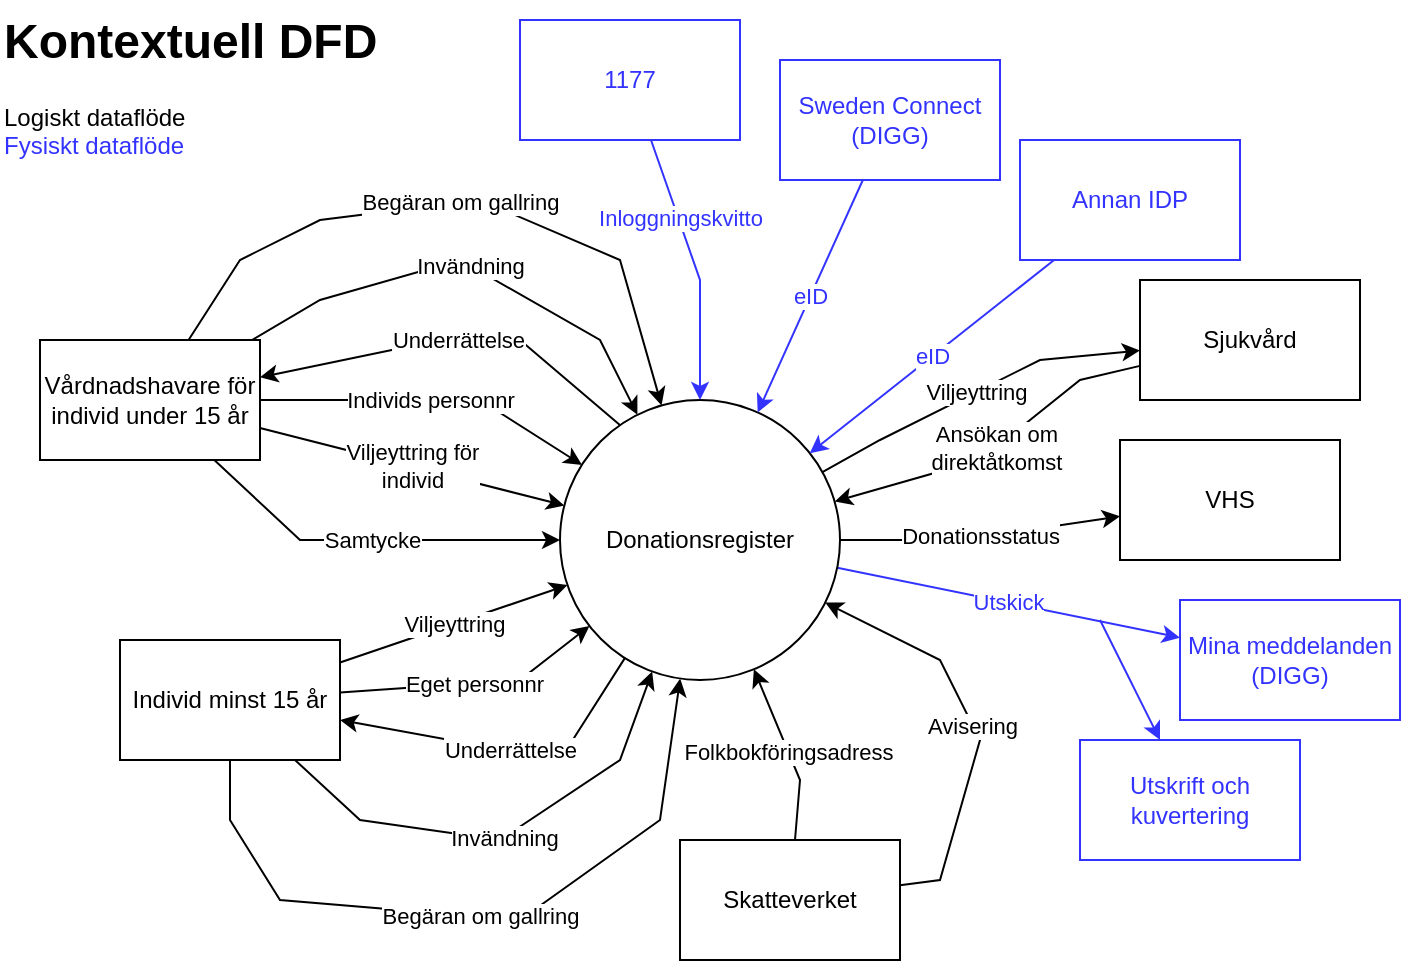
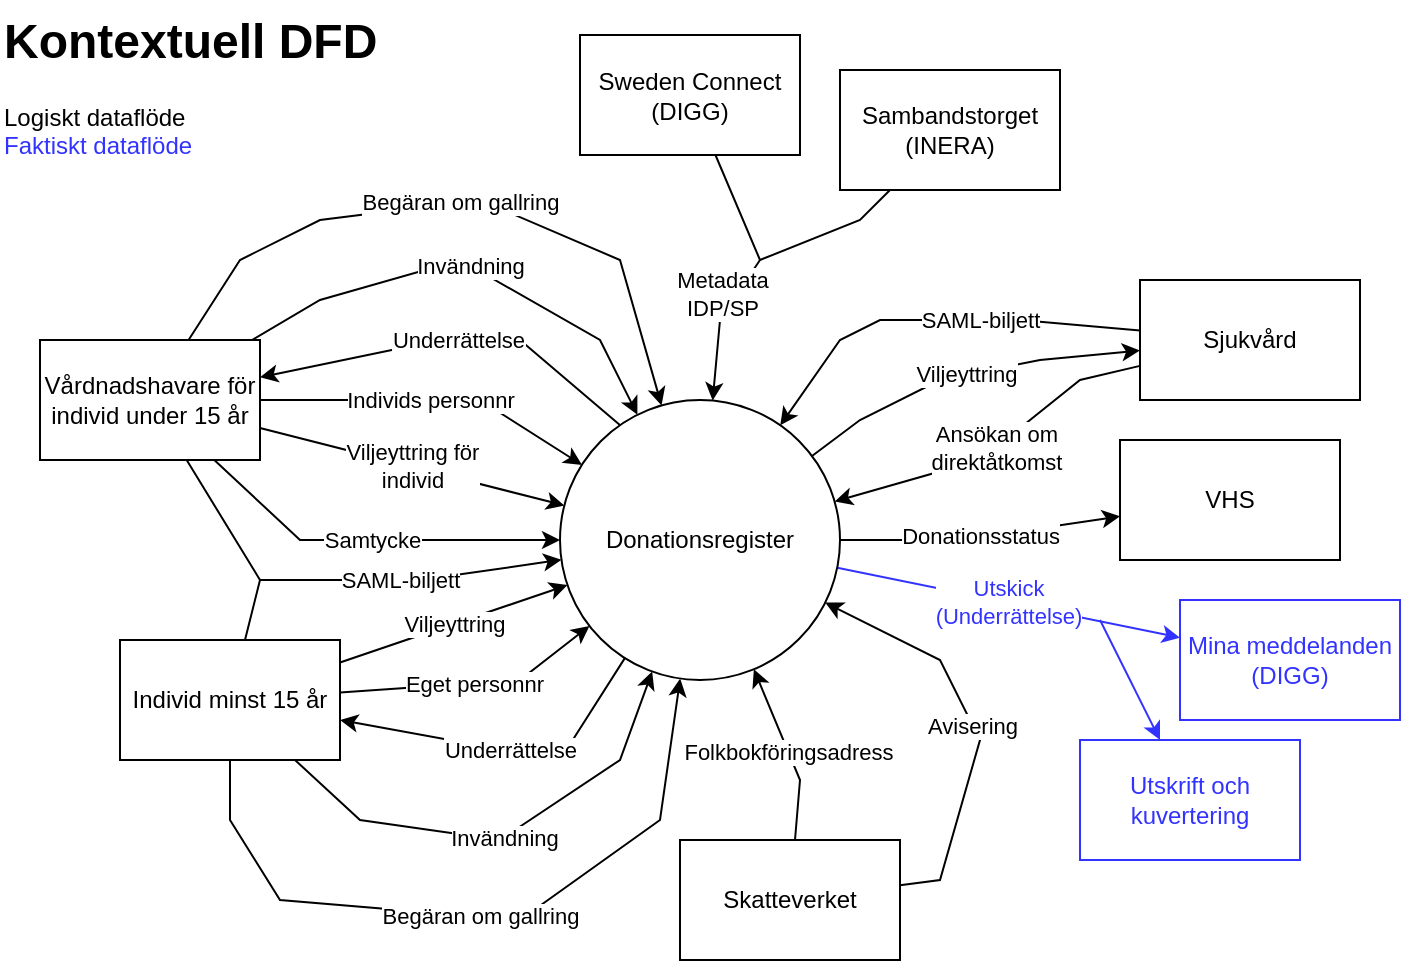
<mxfile host="app.diagrams.net">
  <diagram name="Sida-1" id="F3DC_KPKV7Cfi4B8QXFW">
-     <mxGraphModel dx="945" dy="534" grid="1" gridSize="10" guides="1" tooltips="1" connect="1" arrows="1" fold="1" page="1" pageScale="1" pageWidth="827" pageHeight="1169" math="0" shadow="0">
+     <mxGraphModel dx="1130" dy="670" grid="1" gridSize="10" guides="1" tooltips="1" connect="1" arrows="1" fold="1" page="1" pageScale="1" pageWidth="827" pageHeight="1169" math="0" shadow="0">
      <root>
        <mxCell id="0" />
        <mxCell id="1" parent="0" />
        <mxCell id="8-SjN_EHFgN-SorVCnXN-8" edge="1" parent="1" source="8-SjN_EHFgN-SorVCnXN-1" style="edgeStyle=none;shape=connector;rounded=0;orthogonalLoop=1;jettySize=auto;html=1;strokeColor=default;align=center;verticalAlign=middle;fontFamily=Helvetica;fontSize=11;fontColor=default;labelBackgroundColor=default;endArrow=classic;exitX=0.238;exitY=0.11;exitDx=0;exitDy=0;exitPerimeter=0;" target="8-SjN_EHFgN-SorVCnXN-2" value="Underrättelse">
          <mxGeometry relative="1" as="geometry">
            <Array as="points">
              <mxPoint x="300" y="210" />
              <mxPoint x="260" y="210" />
            </Array>
          </mxGeometry>
        </mxCell>
        <mxCell id="8-SjN_EHFgN-SorVCnXN-9" edge="1" parent="1" source="8-SjN_EHFgN-SorVCnXN-1" style="edgeStyle=none;shape=connector;rounded=0;orthogonalLoop=1;jettySize=auto;html=1;strokeColor=default;align=center;verticalAlign=middle;fontFamily=Helvetica;fontSize=11;fontColor=default;labelBackgroundColor=default;endArrow=classic;" target="8-SjN_EHFgN-SorVCnXN-4" value="Underrättelse">
          <mxGeometry relative="1" as="geometry">
            <Array as="points">
              <mxPoint x="320" y="420" />
            </Array>
          </mxGeometry>
        </mxCell>
        <mxCell id="vmO4fVELBJI4xzzginw8-5" edge="1" parent="1" source="8-SjN_EHFgN-SorVCnXN-1" style="edgeStyle=none;shape=connector;rounded=0;orthogonalLoop=1;jettySize=auto;html=1;strokeColor=default;align=center;verticalAlign=middle;fontFamily=Helvetica;fontSize=11;fontColor=default;labelBackgroundColor=default;endArrow=classic;" target="vmO4fVELBJI4xzzginw8-4" value="Donationsstatus">
          <mxGeometry relative="1" as="geometry">
            <Array as="points">
              <mxPoint x="520" y="310" />
            </Array>
          </mxGeometry>
        </mxCell>
        <mxCell id="vmO4fVELBJI4xzzginw8-6" edge="1" parent="1" source="8-SjN_EHFgN-SorVCnXN-1" style="edgeStyle=none;shape=connector;rounded=0;orthogonalLoop=1;jettySize=auto;html=1;strokeColor=default;align=center;verticalAlign=middle;fontFamily=Helvetica;fontSize=11;fontColor=default;labelBackgroundColor=default;endArrow=classic;" target="vmO4fVELBJI4xzzginw8-3" value="Viljeyttring">
          <mxGeometry relative="1" as="geometry">
            <Array as="points">
-               <mxPoint x="480" y="260" />
+               <mxPoint x="470" y="250" />
+               <mxPoint x="510" y="230" />
              <mxPoint x="560" y="220" />
            </Array>
          </mxGeometry>
        </mxCell>
-         <mxCell id="vmO4fVELBJI4xzzginw8-18" edge="1" parent="1" source="8-SjN_EHFgN-SorVCnXN-1" style="edgeStyle=none;shape=connector;rounded=0;orthogonalLoop=1;jettySize=auto;html=1;strokeColor=#3333FF;align=center;verticalAlign=middle;fontFamily=Helvetica;fontSize=11;fontColor=#3333FF;labelBackgroundColor=default;endArrow=classic;" target="vmO4fVELBJI4xzzginw8-14" value="Utskick">
+         <mxCell id="vmO4fVELBJI4xzzginw8-18" edge="1" parent="1" source="8-SjN_EHFgN-SorVCnXN-1" style="edgeStyle=none;shape=connector;rounded=0;orthogonalLoop=1;jettySize=auto;html=1;strokeColor=#3333FF;align=center;verticalAlign=middle;fontFamily=Helvetica;fontSize=11;fontColor=#3333FF;labelBackgroundColor=default;endArrow=classic;" target="vmO4fVELBJI4xzzginw8-14" value="Utskick&lt;div&gt;(Underrättelse)&lt;/div&gt;">
          <mxGeometry relative="1" as="geometry" />
        </mxCell>
        <mxCell id="vmO4fVELBJI4xzzginw8-19" edge="1" parent="1" style="edgeStyle=none;shape=connector;rounded=0;orthogonalLoop=1;jettySize=auto;html=1;strokeColor=#3333FF;align=center;verticalAlign=middle;fontFamily=Helvetica;fontSize=11;fontColor=#3333FF;labelBackgroundColor=default;endArrow=classic;" target="vmO4fVELBJI4xzzginw8-17">
          <mxGeometry relative="1" as="geometry">
            <mxPoint x="590" y="350" as="sourcePoint" />
          </mxGeometry>
        </mxCell>
        <mxCell id="8-SjN_EHFgN-SorVCnXN-1" parent="1" style="ellipse;whiteSpace=wrap;html=1;aspect=fixed;" value="Donationsregister" vertex="1">
          <mxGeometry height="140" width="140" x="320" y="240" as="geometry" />
        </mxCell>
        <mxCell id="8-SjN_EHFgN-SorVCnXN-5" edge="1" parent="1" source="8-SjN_EHFgN-SorVCnXN-2" style="rounded=0;orthogonalLoop=1;jettySize=auto;html=1;strokeColor=default;align=center;verticalAlign=middle;fontFamily=Helvetica;fontSize=11;fontColor=default;labelBackgroundColor=default;endArrow=classic;" target="8-SjN_EHFgN-SorVCnXN-1" value="Viljeyttring för&lt;div&gt;individ&lt;/div&gt;">
          <mxGeometry relative="1" as="geometry" />
        </mxCell>
        <mxCell id="vmO4fVELBJI4xzzginw8-1" edge="1" parent="1" source="8-SjN_EHFgN-SorVCnXN-2" style="edgeStyle=none;shape=connector;rounded=0;orthogonalLoop=1;jettySize=auto;html=1;strokeColor=default;align=center;verticalAlign=middle;fontFamily=Helvetica;fontSize=11;fontColor=default;labelBackgroundColor=default;endArrow=classic;curved=0;" target="8-SjN_EHFgN-SorVCnXN-1" value="Invändning">
          <mxGeometry relative="1" as="geometry">
            <Array as="points">
              <mxPoint x="200" y="190" />
              <mxPoint x="270" y="170" />
              <mxPoint x="340" y="210" />
            </Array>
          </mxGeometry>
        </mxCell>
        <mxCell id="vmO4fVELBJI4xzzginw8-29" edge="1" parent="1" source="8-SjN_EHFgN-SorVCnXN-2" style="edgeStyle=none;shape=connector;rounded=0;orthogonalLoop=1;jettySize=auto;html=1;strokeColor=default;align=center;verticalAlign=middle;fontFamily=Helvetica;fontSize=11;fontColor=default;labelBackgroundColor=default;endArrow=classic;" target="8-SjN_EHFgN-SorVCnXN-1" value="Samtycke">
          <mxGeometry relative="1" as="geometry">
            <Array as="points">
              <mxPoint x="190" y="310" />
            </Array>
          </mxGeometry>
        </mxCell>
        <mxCell id="vmO4fVELBJI4xzzginw8-31" edge="1" parent="1" source="8-SjN_EHFgN-SorVCnXN-2" style="edgeStyle=none;shape=connector;rounded=0;orthogonalLoop=1;jettySize=auto;html=1;strokeColor=default;align=center;verticalAlign=middle;fontFamily=Helvetica;fontSize=11;fontColor=default;labelBackgroundColor=default;endArrow=classic;" target="8-SjN_EHFgN-SorVCnXN-1" value="Begäran om gallring">
          <mxGeometry relative="1" as="geometry">
            <Array as="points">
              <mxPoint x="160" y="170" />
              <mxPoint x="200" y="150" />
              <mxPoint x="280" y="140" />
              <mxPoint x="350" y="170" />
            </Array>
          </mxGeometry>
        </mxCell>
        <mxCell id="8-SjN_EHFgN-SorVCnXN-2" parent="1" style="rounded=0;whiteSpace=wrap;html=1;" value="Vårdnadshavare för individ under 15 år" vertex="1">
          <mxGeometry height="60" width="110" x="60" y="210" as="geometry" />
        </mxCell>
        <mxCell id="8-SjN_EHFgN-SorVCnXN-7" edge="1" parent="1" source="8-SjN_EHFgN-SorVCnXN-4" style="shape=connector;rounded=0;orthogonalLoop=1;jettySize=auto;html=1;strokeColor=default;align=center;verticalAlign=middle;fontFamily=Helvetica;fontSize=11;fontColor=default;labelBackgroundColor=default;endArrow=classic;" target="8-SjN_EHFgN-SorVCnXN-1" value="Viljeyttring">
          <mxGeometry relative="1" as="geometry">
            <Array as="points" />
          </mxGeometry>
        </mxCell>
        <mxCell id="vmO4fVELBJI4xzzginw8-2" edge="1" parent="1" source="8-SjN_EHFgN-SorVCnXN-4" style="edgeStyle=none;shape=connector;rounded=0;orthogonalLoop=1;jettySize=auto;html=1;strokeColor=default;align=center;verticalAlign=middle;fontFamily=Helvetica;fontSize=11;fontColor=default;labelBackgroundColor=default;endArrow=classic;" target="8-SjN_EHFgN-SorVCnXN-1" value="Invändning">
          <mxGeometry relative="1" as="geometry">
            <Array as="points">
              <mxPoint x="220" y="450" />
              <mxPoint x="290" y="460" />
              <mxPoint x="350" y="420" />
            </Array>
          </mxGeometry>
        </mxCell>
        <mxCell id="vmO4fVELBJI4xzzginw8-32" edge="1" parent="1" source="8-SjN_EHFgN-SorVCnXN-4" style="edgeStyle=none;shape=connector;rounded=0;orthogonalLoop=1;jettySize=auto;html=1;strokeColor=default;align=center;verticalAlign=middle;fontFamily=Helvetica;fontSize=11;fontColor=default;labelBackgroundColor=default;endArrow=classic;" target="8-SjN_EHFgN-SorVCnXN-1" value="Begäran om gallring">
          <mxGeometry relative="1" as="geometry">
            <Array as="points">
              <mxPoint x="155" y="450" />
              <mxPoint x="180" y="490" />
              <mxPoint x="300" y="500" />
              <mxPoint x="370" y="450" />
            </Array>
          </mxGeometry>
        </mxCell>
        <mxCell id="8-SjN_EHFgN-SorVCnXN-4" parent="1" style="rounded=0;whiteSpace=wrap;html=1;" value="Individ minst 15 år" vertex="1">
          <mxGeometry height="60" width="110" x="100" y="360" as="geometry" />
        </mxCell>
        <mxCell id="vmO4fVELBJI4xzzginw8-3" parent="1" style="rounded=0;whiteSpace=wrap;html=1;" value="Sjukvård" vertex="1">
          <mxGeometry height="60" width="110" x="610" y="180" as="geometry" />
        </mxCell>
        <mxCell id="vmO4fVELBJI4xzzginw8-30" edge="1" parent="1" source="vmO4fVELBJI4xzzginw8-3" style="edgeStyle=none;shape=connector;rounded=0;orthogonalLoop=1;jettySize=auto;html=1;strokeColor=default;align=center;verticalAlign=middle;fontFamily=Helvetica;fontSize=11;fontColor=default;labelBackgroundColor=default;endArrow=classic;" target="8-SjN_EHFgN-SorVCnXN-1" value="Ansökan om&lt;div&gt;direktåtkomst&lt;/div&gt;">
          <mxGeometry relative="1" as="geometry">
            <Array as="points">
              <mxPoint x="580" y="230" />
              <mxPoint x="530" y="270" />
            </Array>
          </mxGeometry>
        </mxCell>
        <mxCell id="vmO4fVELBJI4xzzginw8-4" parent="1" style="rounded=0;whiteSpace=wrap;html=1;" value="VHS" vertex="1">
          <mxGeometry height="60" width="110" x="600" y="260" as="geometry" />
        </mxCell>
        <mxCell id="vmO4fVELBJI4xzzginw8-9" edge="1" parent="1" source="vmO4fVELBJI4xzzginw8-7" style="edgeStyle=none;shape=connector;rounded=0;orthogonalLoop=1;jettySize=auto;html=1;strokeColor=default;align=center;verticalAlign=middle;fontFamily=Helvetica;fontSize=11;fontColor=default;labelBackgroundColor=default;endArrow=classic;" target="8-SjN_EHFgN-SorVCnXN-1" value="Folkbokföringsadress">
          <mxGeometry relative="1" as="geometry">
            <Array as="points">
              <mxPoint x="440" y="430" />
            </Array>
          </mxGeometry>
        </mxCell>
        <mxCell id="vmO4fVELBJI4xzzginw8-16" edge="1" parent="1" source="vmO4fVELBJI4xzzginw8-7" style="edgeStyle=none;shape=connector;rounded=0;orthogonalLoop=1;jettySize=auto;html=1;strokeColor=default;align=center;verticalAlign=middle;fontFamily=Helvetica;fontSize=11;fontColor=default;labelBackgroundColor=default;endArrow=classic;" target="8-SjN_EHFgN-SorVCnXN-1" value="Avisering">
          <mxGeometry relative="1" as="geometry">
            <Array as="points">
              <mxPoint x="510" y="480" />
              <mxPoint x="530" y="410" />
              <mxPoint x="510" y="370" />
            </Array>
          </mxGeometry>
        </mxCell>
        <mxCell id="vmO4fVELBJI4xzzginw8-7" parent="1" style="rounded=0;whiteSpace=wrap;html=1;" value="Skatteverket" vertex="1">
          <mxGeometry height="60" width="110" x="380" y="460" as="geometry" />
        </mxCell>
-         <mxCell id="vmO4fVELBJI4xzzginw8-11" edge="1" parent="1" source="vmO4fVELBJI4xzzginw8-10" style="edgeStyle=none;shape=connector;rounded=0;orthogonalLoop=1;jettySize=auto;html=1;strokeColor=#3333FF;align=center;verticalAlign=middle;fontFamily=Helvetica;fontSize=11;fontColor=#3333FF;labelBackgroundColor=default;endArrow=classic;" target="8-SjN_EHFgN-SorVCnXN-1" value="eID">
-           <mxGeometry relative="1" as="geometry" />
-         </mxCell>
-         <mxCell id="vmO4fVELBJI4xzzginw8-10" parent="1" style="rounded=0;whiteSpace=wrap;html=1;strokeColor=#3333FF;align=center;verticalAlign=middle;fontFamily=Helvetica;fontSize=12;fontColor=#3333FF;fillColor=default;" value="Sweden Connect (DIGG)" vertex="1">
-           <mxGeometry height="60" width="110" x="430" y="70" as="geometry" />
-         </mxCell>
-         <mxCell id="vmO4fVELBJI4xzzginw8-13" edge="1" parent="1" source="vmO4fVELBJI4xzzginw8-12" style="edgeStyle=none;shape=connector;rounded=0;orthogonalLoop=1;jettySize=auto;html=1;strokeColor=#3333FF;align=center;verticalAlign=middle;fontFamily=Helvetica;fontSize=11;fontColor=#3333FF;labelBackgroundColor=default;endArrow=classic;" target="8-SjN_EHFgN-SorVCnXN-1" value="eID">
-           <mxGeometry relative="1" as="geometry" />
-         </mxCell>
-         <mxCell id="vmO4fVELBJI4xzzginw8-12" parent="1" style="rounded=0;whiteSpace=wrap;html=1;strokeColor=#3333FF;align=center;verticalAlign=middle;fontFamily=Helvetica;fontSize=12;fontColor=#3333FF;fillColor=default;" value="Annan IDP" vertex="1">
-           <mxGeometry height="60" width="110" x="550" y="110" as="geometry" />
+         <mxCell id="vmO4fVELBJI4xzzginw8-10" parent="1" style="rounded=0;whiteSpace=wrap;html=1;strokeColor=default;align=center;verticalAlign=middle;fontFamily=Helvetica;fontSize=12;fontColor=default;fillColor=default;" value="Sweden Connect (DIGG)" vertex="1">
+           <mxGeometry height="60" width="110" x="330" y="57.5" as="geometry" />
+         </mxCell>
+         <mxCell id="vmO4fVELBJI4xzzginw8-12" parent="1" style="rounded=0;whiteSpace=wrap;html=1;strokeColor=default;align=center;verticalAlign=middle;fontFamily=Helvetica;fontSize=12;fontColor=default;fillColor=default;" value="Sambandstorget&lt;div&gt;(INERA)&lt;/div&gt;" vertex="1">
+           <mxGeometry height="60" width="110" x="460" y="75" as="geometry" />
        </mxCell>
        <mxCell id="vmO4fVELBJI4xzzginw8-14" parent="1" style="rounded=0;whiteSpace=wrap;html=1;strokeColor=#3333FF;fontColor=#3333FF;" value="Mina meddelanden (DIGG)" vertex="1">
          <mxGeometry height="60" width="110" x="630" y="340" as="geometry" />
        </mxCell>
        <mxCell id="vmO4fVELBJI4xzzginw8-17" parent="1" style="rounded=0;whiteSpace=wrap;html=1;strokeColor=#3333FF;fontColor=#3333FF;" value="Utskrift och kuvertering" vertex="1">
          <mxGeometry height="60" width="110" x="580" y="410" as="geometry" />
        </mxCell>
-         <mxCell id="vmO4fVELBJI4xzzginw8-22" edge="1" parent="1" source="vmO4fVELBJI4xzzginw8-21" style="edgeStyle=none;shape=connector;rounded=0;orthogonalLoop=1;jettySize=auto;html=1;strokeColor=#3333FF;align=center;verticalAlign=middle;fontFamily=Helvetica;fontSize=11;fontColor=#3333FF;labelBackgroundColor=default;endArrow=classic;" target="8-SjN_EHFgN-SorVCnXN-1" value="&lt;span data-path-to-node=&quot;0&quot; data-index-in-node=&quot;24&quot;&gt;Inloggningskvitto&lt;/span&gt;">
-           <mxGeometry relative="1" x="-0.3658" as="geometry">
-             <mxPoint y="-1" as="offset" />
-             <Array as="points">
-               <mxPoint x="390" y="180" />
-             </Array>
-           </mxGeometry>
-         </mxCell>
-         <mxCell id="vmO4fVELBJI4xzzginw8-21" parent="1" style="rounded=0;whiteSpace=wrap;html=1;strokeColor=#3333FF;align=center;verticalAlign=middle;fontFamily=Helvetica;fontSize=12;fontColor=#3333FF;fillColor=default;" value="1177" vertex="1">
-           <mxGeometry height="60" width="110" x="300" y="50" as="geometry" />
+         <mxCell id="vmO4fVELBJI4xzzginw8-22" edge="1" parent="1" source="8-SjN_EHFgN-SorVCnXN-2" style="edgeStyle=none;shape=connector;rounded=0;orthogonalLoop=1;jettySize=auto;html=1;strokeColor=default;align=center;verticalAlign=middle;fontFamily=Helvetica;fontSize=11;fontColor=default;labelBackgroundColor=default;endArrow=classic;" target="8-SjN_EHFgN-SorVCnXN-1" value="&lt;span data-path-to-node=&quot;0&quot; data-index-in-node=&quot;24&quot;&gt;SAML-biljett&lt;/span&gt;">
+           <mxGeometry relative="1" x="0.2656" as="geometry">
+             <mxPoint as="offset" />
+             <Array as="points">
+               <mxPoint x="170" y="330" />
+               <mxPoint x="250" y="330" />
+             </Array>
+           </mxGeometry>
        </mxCell>
        <mxCell id="rN_Xq4Zumf5QhY3kbC1u-1" edge="1" parent="1" source="8-SjN_EHFgN-SorVCnXN-4" style="shape=connector;rounded=0;orthogonalLoop=1;jettySize=auto;html=1;strokeColor=default;align=center;verticalAlign=middle;fontFamily=Helvetica;fontSize=11;fontColor=default;labelBackgroundColor=default;endArrow=classic;" target="8-SjN_EHFgN-SorVCnXN-1" value="Eget personnr">
          <mxGeometry relative="1" as="geometry">
            <Array as="points">
              <mxPoint x="300" y="380" />
            </Array>
            <mxPoint x="300" y="418" as="sourcePoint" />
            <mxPoint x="414" y="380" as="targetPoint" />
          </mxGeometry>
        </mxCell>
        <mxCell id="rN_Xq4Zumf5QhY3kbC1u-2" edge="1" parent="1" source="8-SjN_EHFgN-SorVCnXN-2" style="shape=connector;rounded=0;orthogonalLoop=1;jettySize=auto;html=1;strokeColor=default;align=center;verticalAlign=middle;fontFamily=Helvetica;fontSize=11;fontColor=default;labelBackgroundColor=default;endArrow=classic;" target="8-SjN_EHFgN-SorVCnXN-1" value="Individs personnr">
          <mxGeometry relative="1" as="geometry">
            <Array as="points">
              <mxPoint x="280" y="240" />
            </Array>
            <mxPoint x="260" y="288" as="sourcePoint" />
            <mxPoint x="374" y="250" as="targetPoint" />
          </mxGeometry>
        </mxCell>
-         <mxCell id="rN_Xq4Zumf5QhY3kbC1u-4" parent="1" style="text;html=1;whiteSpace=wrap;overflow=hidden;rounded=0;" value="&lt;h1 style=&quot;margin-top: 0px;&quot;&gt;Kontextuell DFD&lt;/h1&gt;&lt;p&gt;Logiskt dataflöde&lt;br&gt;&lt;font style=&quot;color: rgb(51, 51, 255);&quot;&gt;Fysiskt dataflöde&lt;/font&gt;&lt;/p&gt;" vertex="1">
+         <mxCell id="rN_Xq4Zumf5QhY3kbC1u-4" parent="1" style="text;html=1;whiteSpace=wrap;overflow=hidden;rounded=0;" value="&lt;h1 style=&quot;margin-top: 0px;&quot;&gt;Kontextuell DFD&lt;/h1&gt;&lt;p&gt;Logiskt dataflöde&lt;br&gt;&lt;font style=&quot;color: rgb(51, 51, 255);&quot;&gt;Faktiskt dataflöde&lt;/font&gt;&lt;/p&gt;" vertex="1">
          <mxGeometry height="95" width="320" x="40" y="40" as="geometry" />
+         </mxCell>
+         <mxCell id="Bssn7t3Lm4cZQMGQEqIL-1" edge="1" parent="1" source="vmO4fVELBJI4xzzginw8-3" style="edgeStyle=none;shape=connector;rounded=0;orthogonalLoop=1;jettySize=auto;html=1;strokeColor=default;align=center;verticalAlign=middle;fontFamily=Helvetica;fontSize=11;fontColor=default;labelBackgroundColor=default;endArrow=classic;" target="8-SjN_EHFgN-SorVCnXN-1" value="SAML-biljett">
+           <mxGeometry relative="1" x="-0.216" as="geometry">
+             <mxPoint as="offset" />
+             <Array as="points">
+               <mxPoint x="550" y="200" />
+               <mxPoint x="480" y="200" />
+               <mxPoint x="460" y="210" />
+             </Array>
+             <mxPoint x="230" y="330" as="sourcePoint" />
+             <mxPoint x="418" y="380" as="targetPoint" />
+           </mxGeometry>
+         </mxCell>
+         <mxCell id="Bssn7t3Lm4cZQMGQEqIL-2" edge="1" parent="1" source="8-SjN_EHFgN-SorVCnXN-4" style="edgeStyle=none;shape=connector;rounded=0;orthogonalLoop=1;jettySize=auto;html=1;strokeColor=default;align=center;verticalAlign=middle;fontFamily=Helvetica;fontSize=11;fontColor=default;labelBackgroundColor=default;endArrow=none;endFill=0;">
+           <mxGeometry relative="1" as="geometry">
+             <Array as="points">
+               <mxPoint x="170" y="330" />
+             </Array>
+             <mxPoint x="630" y="440" as="sourcePoint" />
+             <mxPoint x="190" y="330" as="targetPoint" />
+           </mxGeometry>
+         </mxCell>
+         <mxCell id="Bssn7t3Lm4cZQMGQEqIL-4" edge="1" parent="1" source="vmO4fVELBJI4xzzginw8-10" style="edgeStyle=none;shape=connector;rounded=0;orthogonalLoop=1;jettySize=auto;html=1;strokeColor=default;align=center;verticalAlign=middle;fontFamily=Helvetica;fontSize=11;fontColor=default;labelBackgroundColor=default;endArrow=classic;" target="8-SjN_EHFgN-SorVCnXN-1" value="&lt;div&gt;Metadata&lt;/div&gt;&lt;div&gt;IDP/SP&lt;/div&gt;">
+           <mxGeometry relative="1" x="0.2295" y="-6" as="geometry">
+             <mxPoint as="offset" />
+             <Array as="points">
+               <mxPoint x="420" y="170" />
+               <mxPoint x="400" y="200" />
+             </Array>
+             <mxPoint x="440" y="465" as="sourcePoint" />
+             <mxPoint x="420" y="380" as="targetPoint" />
+           </mxGeometry>
+         </mxCell>
+         <mxCell id="Bssn7t3Lm4cZQMGQEqIL-6" edge="1" parent="1" style="edgeStyle=none;shape=connector;rounded=0;orthogonalLoop=1;jettySize=auto;html=1;strokeColor=default;align=center;verticalAlign=middle;fontFamily=Helvetica;fontSize=11;fontColor=default;labelBackgroundColor=default;endArrow=none;endFill=0;" target="vmO4fVELBJI4xzzginw8-12">
+           <mxGeometry relative="1" as="geometry">
+             <Array as="points">
+               <mxPoint x="470" y="150" />
+             </Array>
+             <mxPoint x="420" y="170" as="sourcePoint" />
+             <mxPoint x="490" y="150" as="targetPoint" />
+           </mxGeometry>
        </mxCell>
      </root>
    </mxGraphModel>
  </diagram>
</mxfile>
